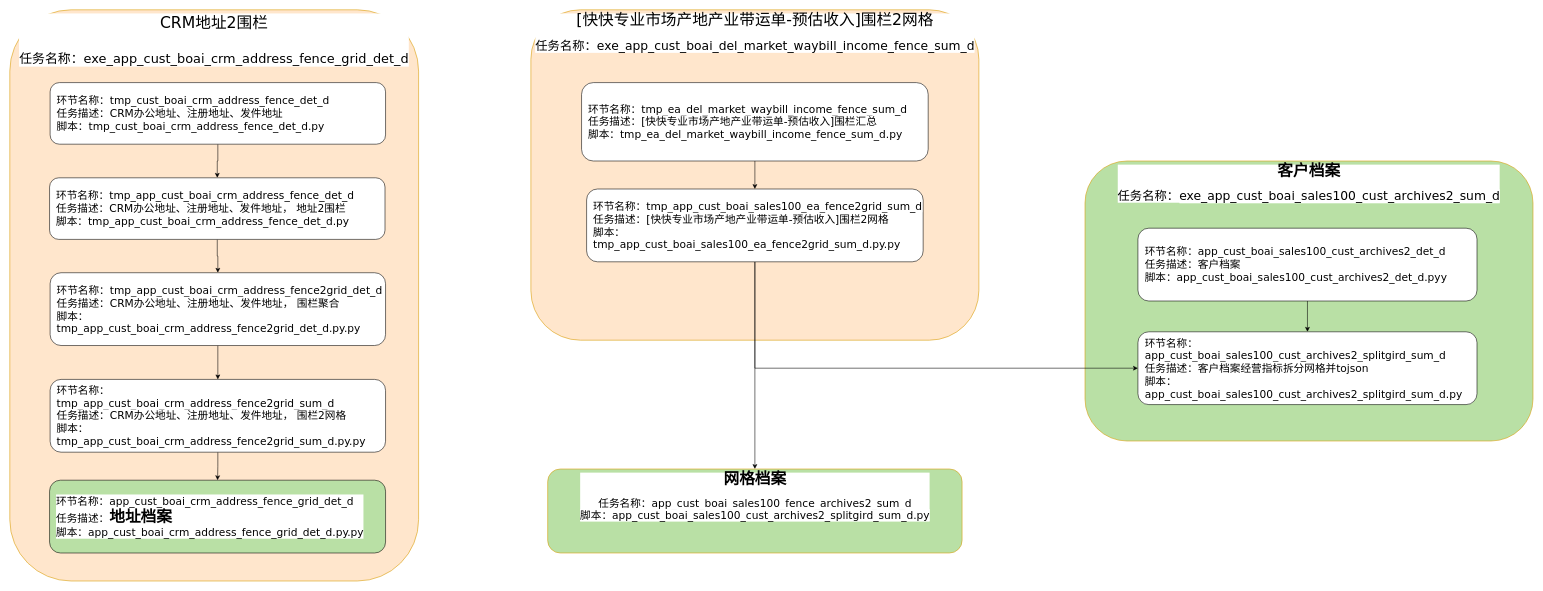
Before: page "第 1 页" (1 of 3) of 网格化二期.drawio in tristayan/ck, a draw.io diagram. Source tidied: cells renumbered, new cells numbered last; positions are measured from the earlier drawing's top-left corner, leaving out a move shared by most shapes. Both pictures are drawn from the tidied source at 56%, with x=0, y=0 at pixel (10, 10).
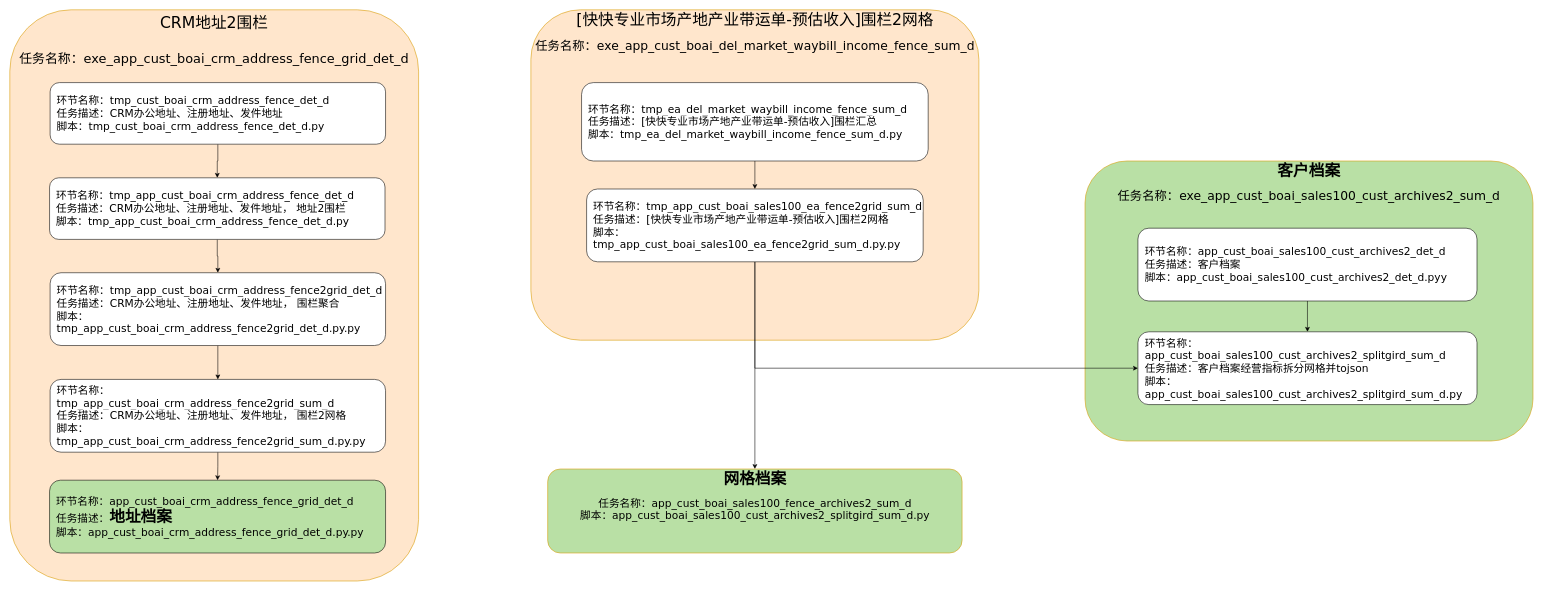
The same page after the edit.

Commit message (it also covers changes not shown here):
更新网格化二期.drawio

The edit, as a diff of the source:
```diff
@@
-    <mxCell id="2" value="&lt;div style=&quot;line-height: 21px; white-space: pre;&quot;&gt;&lt;span&gt;&lt;font style=&quot;font-size: 28px;&quot;&gt;&lt;b&gt;客户档案&lt;/b&gt;&lt;/font&gt;&lt;/span&gt;&lt;/div&gt;&lt;div style=&quot;line-height: 21px; white-space: pre;&quot;&gt;&lt;span&gt;&lt;font style=&quot;font-size: 22px;&quot;&gt;&lt;br&gt;&lt;/font&gt;&lt;/span&gt;&lt;/div&gt;&lt;div style=&quot;line-height: 21px;&quot;&gt;&lt;font style=&quot;font-size: 22px;&quot;&gt;&lt;span style=&quot;white-space: pre;&quot;&gt;任务名称：&lt;/span&gt;&lt;span style=&quot;background-color: light-dark(#ffffff, var(--ge-dark-color, #121212)); white-space: pre;&quot;&gt;&lt;font style=&quot;&quot;&gt;exe_app_cust_boai_sales100_cust_archives2_sum_d&lt;/font&gt;&lt;/span&gt;&lt;/font&gt;&lt;/div&gt;" style="rounded=1;whiteSpace=wrap;html=1;verticalAlign=top;labelBackgroundColor=default;fillColor=#B9E0A5;strokeColor=#d79b00;fontFamily=Verdana;fontSize=19;fontColor=#000000;" parent="1" vertex="1">
+    <mxCell id="2" value="&lt;div style=&quot;line-height: 21px; white-space: pre;&quot;&gt;&lt;span&gt;&lt;font style=&quot;font-size: 28px;&quot;&gt;&lt;b&gt;客户档案&lt;/b&gt;&lt;/font&gt;&lt;/span&gt;&lt;/div&gt;&lt;div style=&quot;line-height: 21px; white-space: pre;&quot;&gt;&lt;span&gt;&lt;font style=&quot;font-size: 22px;&quot;&gt;&lt;br&gt;&lt;/font&gt;&lt;/span&gt;&lt;/div&gt;&lt;div style=&quot;line-height: 21px;&quot;&gt;&lt;font style=&quot;font-size: 22px;&quot;&gt;&lt;span style=&quot;white-space: pre;&quot;&gt;任务名称：&lt;/span&gt;&lt;span style=&quot;white-space: pre;&quot;&gt;&lt;font style=&quot;&quot;&gt;exe_app_cust_boai_sales100_cust_archives2_sum_d&lt;/font&gt;&lt;/span&gt;&lt;/font&gt;&lt;/div&gt;" style="rounded=1;whiteSpace=wrap;html=1;verticalAlign=top;labelBackgroundColor=none;fillColor=#B9E0A5;strokeColor=#d79b00;fontFamily=Verdana;fontSize=19;fontColor=#000000;" parent="1" vertex="1">
       <mxGeometry x="1920" y="270" width="800" height="500" as="geometry" />
     </mxCell>
-    <mxCell id="3" value="&lt;font style=&quot;font-size: 28px;&quot;&gt;CRM地址2围栏&lt;/font&gt;&lt;div&gt;&lt;span style=&quot;font-size: 28px;&quot;&gt;&lt;br&gt;&lt;/span&gt;&lt;div&gt;&lt;font style=&quot;font-size: 23px;&quot;&gt;&lt;font style=&quot;&quot;&gt;任务名称：exe_&lt;/font&gt;&lt;span style=&quot;white-space: pre;&quot;&gt;&lt;font style=&quot;&quot;&gt;app_cust_boai_crm_address_fence_grid_det_d&lt;/font&gt;&lt;/span&gt;&lt;/font&gt;&lt;/div&gt;&lt;/div&gt;" style="rounded=1;whiteSpace=wrap;html=1;verticalAlign=top;labelBackgroundColor=default;fillColor=#ffe6cc;strokeColor=#d79b00;fontFamily=Verdana;fontSize=19;fontColor=#000000;" parent="1" vertex="1">
+    <mxCell id="3" value="&lt;font style=&quot;font-size: 28px;&quot;&gt;CRM地址2围栏&lt;/font&gt;&lt;div&gt;&lt;span style=&quot;font-size: 28px;&quot;&gt;&lt;br&gt;&lt;/span&gt;&lt;div&gt;&lt;font style=&quot;font-size: 23px;&quot;&gt;&lt;font style=&quot;&quot;&gt;任务名称：exe_&lt;/font&gt;&lt;span style=&quot;white-space: pre;&quot;&gt;&lt;font style=&quot;&quot;&gt;app_cust_boai_crm_address_fence_grid_det_d&lt;/font&gt;&lt;/span&gt;&lt;/font&gt;&lt;/div&gt;&lt;/div&gt;" style="rounded=1;whiteSpace=wrap;html=1;verticalAlign=top;labelBackgroundColor=none;fillColor=#ffe6cc;strokeColor=#d79b00;fontFamily=Verdana;fontSize=19;fontColor=#000000;" parent="1" vertex="1">
       <mxGeometry width="730" height="1020" as="geometry" />
     </mxCell>
@@
-    <mxCell id="8" value="&lt;div style=&quot;line-height: 21px; white-space: pre;&quot;&gt;&lt;span style=&quot;background-color: rgb(255, 255, 255);&quot;&gt;&lt;font style=&quot;font-size: 28px;&quot;&gt;[快快专业市场产地产业带运单-预估收入]围栏2网格&lt;/font&gt;&lt;/span&gt;&lt;/div&gt;&lt;div style=&quot;line-height: 21px; white-space: pre;&quot;&gt;&lt;span style=&quot;background-color: rgb(255, 255, 255);&quot;&gt;&lt;font style=&quot;font-size: 28px;&quot;&gt;&lt;br&gt;&lt;/font&gt;&lt;/span&gt;&lt;/div&gt;&lt;div style=&quot;line-height: 21px; white-space: pre;&quot;&gt;&lt;span style=&quot;background-color: rgb(255, 255, 255);&quot;&gt;&lt;font style=&quot;font-size: 22px;&quot;&gt;任务名称：exe_app_cust_boai_del_market_waybill_income_fence_sum_d&lt;/font&gt;&lt;/span&gt;&lt;/div&gt;" style="rounded=1;whiteSpace=wrap;html=1;verticalAlign=top;labelBackgroundColor=default;fillColor=#ffe6cc;strokeColor=#d79b00;fontFamily=Verdana;fontSize=19;fontColor=#000000;" parent="1" vertex="1">
+    <mxCell id="8" value="&lt;div style=&quot;line-height: 21px; white-space: pre;&quot;&gt;&lt;span style=&quot;&quot;&gt;&lt;font style=&quot;font-size: 28px;&quot;&gt;[快快专业市场产地产业带运单-预估收入]围栏2网格&lt;/font&gt;&lt;/span&gt;&lt;/div&gt;&lt;div style=&quot;line-height: 21px; white-space: pre;&quot;&gt;&lt;span style=&quot;&quot;&gt;&lt;font style=&quot;font-size: 28px;&quot;&gt;&lt;br&gt;&lt;/font&gt;&lt;/span&gt;&lt;/div&gt;&lt;div style=&quot;line-height: 21px; white-space: pre;&quot;&gt;&lt;span style=&quot;&quot;&gt;&lt;font style=&quot;font-size: 22px;&quot;&gt;任务名称：exe_app_cust_boai_del_market_waybill_income_fence_sum_d&lt;/font&gt;&lt;/span&gt;&lt;/div&gt;" style="rounded=1;whiteSpace=wrap;html=1;verticalAlign=top;labelBackgroundColor=none;fillColor=#ffe6cc;strokeColor=#d79b00;fontFamily=Verdana;fontSize=19;fontColor=#000000;" parent="1" vertex="1">
       <mxGeometry x="930.5" width="800" height="590" as="geometry" />
     </mxCell>
@@
-    <mxCell id="21" value="&lt;font&gt;环节名称：&lt;/font&gt;&lt;span style=&quot;&quot;&gt;app_cust_boai_crm_address_fence_grid_det_d&lt;/span&gt;&lt;div&gt;&lt;font&gt;&lt;span style=&quot;text-wrap-mode: nowrap;&quot;&gt;任务描述：&lt;/span&gt;&lt;span&gt;&lt;font style=&quot;font-size: 28px;&quot;&gt;&lt;b&gt;地址档案&lt;/b&gt;&lt;/font&gt;&lt;/span&gt;&lt;/font&gt;&lt;/div&gt;&lt;div&gt;&lt;font&gt;&lt;span&gt;脚本：&lt;/span&gt;&lt;/font&gt;&lt;span style=&quot;&quot;&gt;app_cust_boai_crm_address_fence_grid_det_d&lt;/span&gt;&lt;span style=&quot;text-wrap-mode: nowrap;&quot;&gt;.py&lt;/span&gt;&lt;span style=&quot;text-wrap-mode: nowrap;&quot;&gt;.py&lt;/span&gt;&lt;/div&gt;" style="rounded=1;whiteSpace=wrap;html=1;align=left;fontColor=#000000;spacingLeft=10;labelBackgroundColor=default;fillColor=#B9E0A5;fontFamily=Verdana;fontSize=19;" parent="1" vertex="1">
+    <mxCell id="21" value="&lt;font&gt;环节名称：&lt;/font&gt;&lt;span style=&quot;&quot;&gt;app_cust_boai_crm_address_fence_grid_det_d&lt;/span&gt;&lt;div&gt;&lt;font&gt;&lt;span style=&quot;text-wrap-mode: nowrap;&quot;&gt;任务描述：&lt;/span&gt;&lt;span&gt;&lt;font style=&quot;font-size: 28px;&quot;&gt;&lt;b&gt;地址档案&lt;/b&gt;&lt;/font&gt;&lt;/span&gt;&lt;/font&gt;&lt;/div&gt;&lt;div&gt;&lt;font&gt;&lt;span&gt;脚本：&lt;/span&gt;&lt;/font&gt;&lt;span style=&quot;&quot;&gt;app_cust_boai_crm_address_fence_grid_det_d&lt;/span&gt;&lt;span style=&quot;text-wrap-mode: nowrap;&quot;&gt;.py&lt;/span&gt;&lt;span style=&quot;text-wrap-mode: nowrap;&quot;&gt;.py&lt;/span&gt;&lt;/div&gt;" style="rounded=1;whiteSpace=wrap;html=1;align=left;fontColor=#000000;spacingLeft=10;labelBackgroundColor=none;fillColor=#B9E0A5;fontFamily=Verdana;fontSize=19;" parent="1" vertex="1">
       <mxGeometry x="71" y="840" width="600" height="130" as="geometry" />
     </mxCell>
-    <mxCell id="22" value="&lt;div style=&quot;line-height: 21px; white-space: pre;&quot;&gt;&lt;span&gt;&lt;font style=&quot;font-size: 28px;&quot;&gt;&lt;b&gt;网格档案&lt;/b&gt;&lt;/font&gt;&lt;/span&gt;&lt;/div&gt;&lt;div style=&quot;line-height: 21px; white-space: pre;&quot;&gt;&lt;span&gt;&lt;br&gt;&lt;/span&gt;&lt;/div&gt;&lt;div style=&quot;line-height: 21px;&quot;&gt;&lt;span style=&quot;white-space: pre;&quot;&gt;任务名称：&lt;/span&gt;&lt;span style=&quot;white-space: pre; background-color: rgb(255, 255, 255);&quot;&gt;&lt;font style=&quot;&quot;&gt;app_cust_boai_sales100_fence_archives2_sum_d&lt;/font&gt;&lt;/span&gt;&lt;/div&gt;&lt;div style=&quot;line-height: 21px;&quot;&gt;&lt;span style=&quot;white-space: pre; background-color: rgb(255, 255, 255);&quot;&gt;&lt;font style=&quot;&quot;&gt;&lt;font style=&quot;text-align: left; white-space: normal;&quot;&gt;&lt;font&gt;&lt;span&gt;脚本：&lt;/span&gt;&lt;/font&gt;&lt;span style=&quot;white-space: pre;&quot;&gt;app_cust_boai_sales100_cust_archives2_splitgird_sum_d&lt;/span&gt;&lt;/font&gt;&lt;font style=&quot;text-align: left; white-space: normal;&quot;&gt;&lt;span style=&quot;white-space: pre;&quot;&gt;.py&lt;/span&gt;&lt;/font&gt;&lt;/font&gt;&lt;/span&gt;&lt;/div&gt;" style="rounded=1;whiteSpace=wrap;html=1;verticalAlign=top;labelBackgroundColor=default;fillColor=#B9E0A5;strokeColor=#d79b00;fontFamily=Verdana;fontSize=19;fontColor=#000000;" parent="1" vertex="1">
+    <mxCell id="22" value="&lt;div style=&quot;line-height: 21px; white-space: pre;&quot;&gt;&lt;span&gt;&lt;font style=&quot;font-size: 28px;&quot;&gt;&lt;b&gt;网格档案&lt;/b&gt;&lt;/font&gt;&lt;/span&gt;&lt;/div&gt;&lt;div style=&quot;line-height: 21px; white-space: pre;&quot;&gt;&lt;span&gt;&lt;br&gt;&lt;/span&gt;&lt;/div&gt;&lt;div style=&quot;line-height: 21px;&quot;&gt;&lt;span style=&quot;white-space: pre;&quot;&gt;任务名称：&lt;/span&gt;&lt;span style=&quot;white-space: pre;&quot;&gt;&lt;font style=&quot;&quot;&gt;app_cust_boai_sales100_fence_archives2_sum_d&lt;/font&gt;&lt;/span&gt;&lt;/div&gt;&lt;div style=&quot;line-height: 21px;&quot;&gt;&lt;span style=&quot;white-space: pre;&quot;&gt;&lt;font style=&quot;&quot;&gt;&lt;font style=&quot;text-align: left; white-space: normal;&quot;&gt;&lt;font&gt;&lt;span&gt;脚本：&lt;/span&gt;&lt;/font&gt;&lt;span style=&quot;white-space: pre;&quot;&gt;app_cust_boai_sales100_cust_archives2_splitgird_sum_d&lt;/span&gt;&lt;/font&gt;&lt;font style=&quot;text-align: left; white-space: normal;&quot;&gt;&lt;span style=&quot;white-space: pre;&quot;&gt;.py&lt;/span&gt;&lt;/font&gt;&lt;/font&gt;&lt;/span&gt;&lt;/div&gt;" style="rounded=1;whiteSpace=wrap;html=1;verticalAlign=top;labelBackgroundColor=none;fillColor=#B9E0A5;strokeColor=#d79b00;fontFamily=Verdana;fontSize=19;fontColor=#000000;" parent="1" vertex="1">
       <mxGeometry x="960.5" y="820" width="740" height="150" as="geometry" />
     </mxCell>
```
